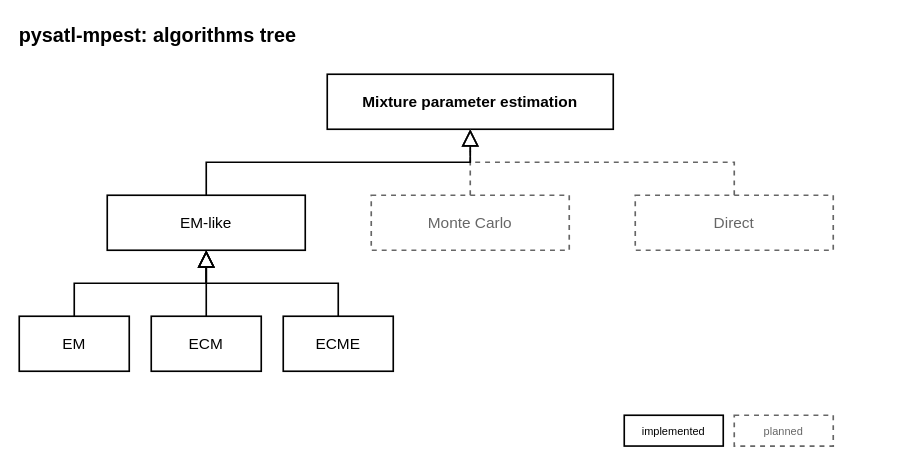
This is docs_new/source/design/diagrams/algorithms-tree.drawio from PySATL/pysatl-mpest, a draw.io file, before an edit. Source tidied: cells renumbered, new cells numbered last; positions are measured from the earlier drawing's top-left corner, leaving out a move shared by most shapes. Both pictures are drawn from the tidied source at 110%, with x=0, y=0 at pixel (19, 19).
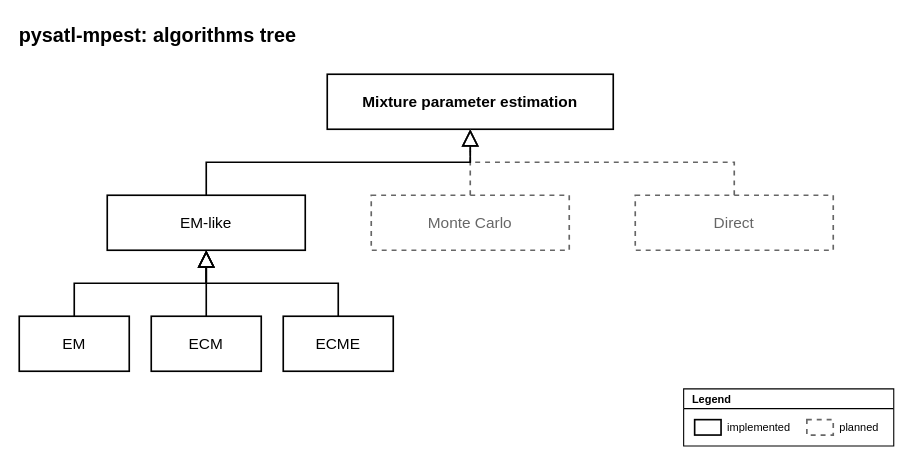
The same page after the edit.

Diff of the diagram source:
```diff
@@
+    <mxCell id="18" value="Legend" style="swimlane;startSize=18;html=1;fontSize=10;fontStyle=1;align=left;spacingLeft=6;fillColor=none;swimlaneFillColor=#ffffff;strokeColor=#000000;strokeWidth=1;fontFamily=Helvetica;fontColor=#000000;" parent="1" vertex="1">
+      <mxGeometry x="604" y="336" width="191" height="52" as="geometry" />
+    </mxCell>
+    <mxCell id="19" style="rounded=0;whiteSpace=wrap;html=1;fillColor=#ffffff;strokeColor=#000000;strokeWidth=1.5;fontSize=14;fontFamily=Helvetica;fontColor=#000000;" parent="1" vertex="1">
+      <mxGeometry x="614" y="364" width="24" height="14" as="geometry" />
+    </mxCell>
-    <mxCell id="16" value="implemented" style="rounded=0;whiteSpace=wrap;html=1;fillColor=#ffffff;strokeColor=#000000;strokeWidth=1.5;fontSize=14;fontFamily=Helvetica;fontColor=#000000;fontSize=10;" parent="1" vertex="1">
-      <mxGeometry x="550" y="360" width="90" height="28" as="geometry" />
+    <mxCell id="16" value="implemented" style="text;html=1;align=left;verticalAlign=middle;spacing=0;fontSize=10;fontFamily=Helvetica;fontColor=#000000;" parent="1" vertex="1">
+      <mxGeometry x="644" y="362" width="62" height="18" as="geometry" />
     </mxCell>
+    <mxCell id="20" style="rounded=0;whiteSpace=wrap;html=1;fillColor=#ffffff;strokeColor=#666666;strokeWidth=1.5;dashed=1;fontSize=14;fontFamily=Helvetica;fontColor=#666666;" parent="1" vertex="1">
+      <mxGeometry x="716" y="364" width="24" height="14" as="geometry" />
+    </mxCell>
-    <mxCell id="17" value="planned" style="rounded=0;whiteSpace=wrap;html=1;fillColor=#ffffff;strokeColor=#666666;strokeWidth=1.5;dashed=1;fontSize=14;fontFamily=Helvetica;fontColor=#666666;fontSize=10;" parent="1" vertex="1">
-      <mxGeometry x="650" y="360" width="90" height="28" as="geometry" />
+    <mxCell id="17" value="planned" style="text;html=1;align=left;verticalAlign=middle;spacing=0;fontSize=10;fontFamily=Helvetica;fontColor=#000000;" parent="1" vertex="1">
+      <mxGeometry x="746" y="362" width="39" height="18" as="geometry" />
     </mxCell>
```
